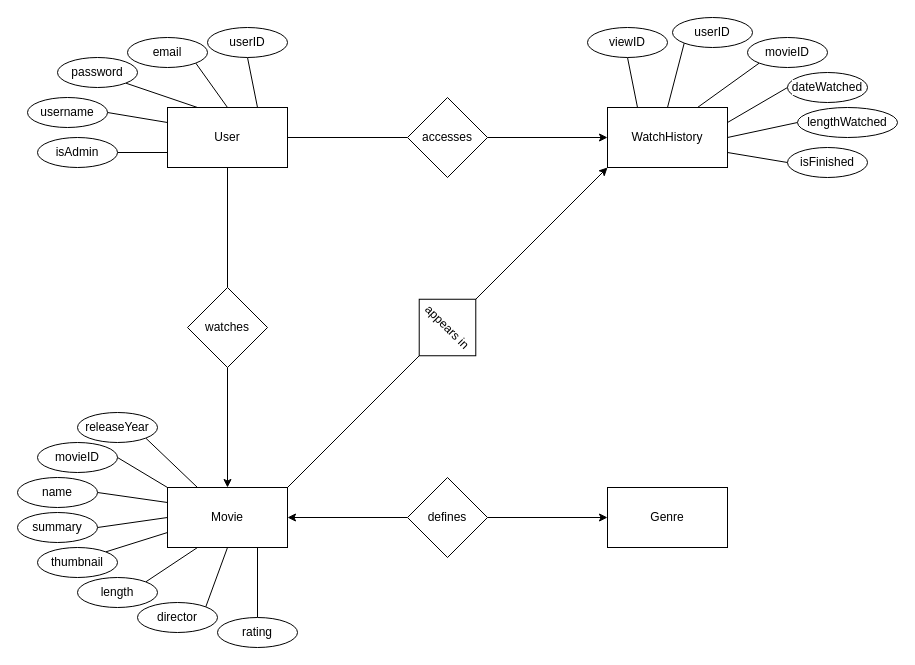
This is doc/fraudflix_er.drawio from KhangMBui/fraud-flix, a draw.io file, before an edit. Source tidied: cells renumbered, new cells numbered last; positions are measured from the earlier drawing's top-left corner, leaving out a move shared by most shapes. Both pictures are drawn from the tidied source at 100%, with x=0, y=0 at pixel (17, 17).
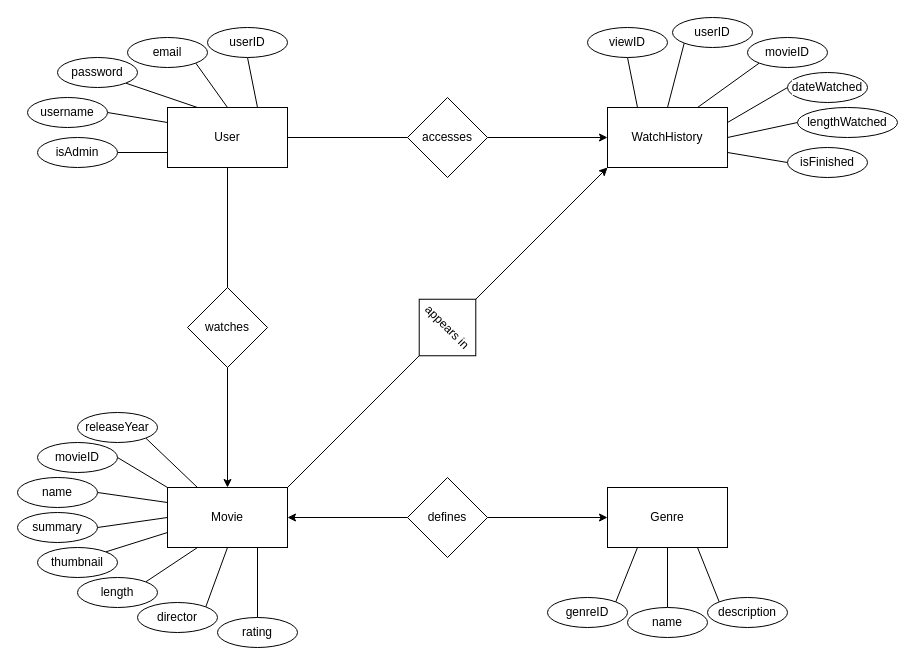
After the change.

Commit message:
Added attributes for Genre table

Unchanged cells that the change refers to:
```xml
<mxCell id="27" value="Genre" style="rounded=0;whiteSpace=wrap;html=1;" parent="1" vertex="1">
  <mxGeometry x="590" y="470" width="120" height="60" as="geometry" />
</mxCell>
```

Diff of the diagram source:
```diff
@@
+    <mxCell id="56" style="edgeStyle=none;shape=connector;rounded=0;jettySize=auto;html=1;exitX=0.25;exitY=1;exitDx=0;exitDy=0;entryX=1;entryY=0;entryDx=0;entryDy=0;strokeColor=default;align=center;verticalAlign=middle;fontFamily=Helvetica;fontSize=11;fontColor=default;labelBackgroundColor=default;startFill=0;endArrow=none;" parent="1" edge="1" source="27" target="59">
+      <mxGeometry relative="1" as="geometry" />
+    </mxCell>
+    <mxCell id="57" style="edgeStyle=none;shape=connector;rounded=0;jettySize=auto;html=1;exitX=0.5;exitY=1;exitDx=0;exitDy=0;entryX=0.5;entryY=0;entryDx=0;entryDy=0;strokeColor=default;align=center;verticalAlign=middle;fontFamily=Helvetica;fontSize=11;fontColor=default;labelBackgroundColor=default;startFill=0;endArrow=none;" parent="1" edge="1" source="27" target="60">
+      <mxGeometry relative="1" as="geometry" />
+    </mxCell>
+    <mxCell id="58" style="edgeStyle=none;shape=connector;rounded=0;jettySize=auto;html=1;exitX=0.75;exitY=1;exitDx=0;exitDy=0;entryX=0;entryY=0;entryDx=0;entryDy=0;strokeColor=default;align=center;verticalAlign=middle;fontFamily=Helvetica;fontSize=11;fontColor=default;labelBackgroundColor=default;startFill=0;endArrow=none;" parent="1" edge="1" source="27" target="61">
+      <mxGeometry relative="1" as="geometry" />
+    </mxCell>
@@
+    <mxCell id="59" value="genreID" style="ellipse;whiteSpace=wrap;html=1;strokeColor=default;align=center;verticalAlign=middle;fontFamily=Helvetica;fontSize=12;fontColor=default;fillColor=default;labelBackgroundColor=default;" parent="1" vertex="1">
+      <mxGeometry x="530" y="580" width="80" height="30" as="geometry" />
+    </mxCell>
+    <mxCell id="60" value="name" style="ellipse;whiteSpace=wrap;html=1;strokeColor=default;align=center;verticalAlign=middle;fontFamily=Helvetica;fontSize=12;fontColor=default;fillColor=default;labelBackgroundColor=default;" parent="1" vertex="1">
+      <mxGeometry x="610" y="590" width="80" height="30" as="geometry" />
+    </mxCell>
+    <mxCell id="61" value="description" style="ellipse;whiteSpace=wrap;html=1;strokeColor=default;align=center;verticalAlign=middle;fontFamily=Helvetica;fontSize=12;fontColor=default;fillColor=default;labelBackgroundColor=default;" parent="1" vertex="1">
+      <mxGeometry x="690" y="580" width="80" height="30" as="geometry" />
+    </mxCell>
```
